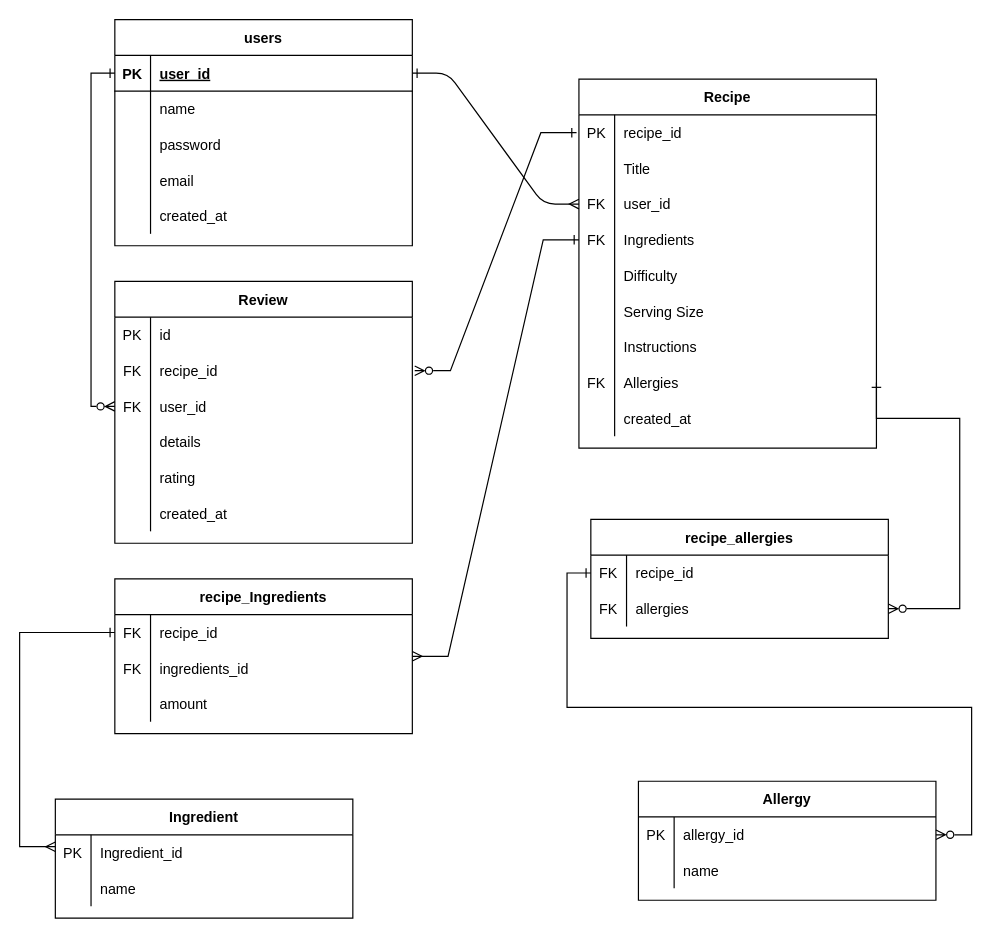
BenDavies1218/BenjaminDavies_T2A2 keeps this draw.io diagram as docs/Recipe_api.drawio. Above is the earlier version. Source tidied: cells renumbered, new cells numbered last; positions are measured from the earlier drawing's top-left corner, leaving out a move shared by most shapes. Both pictures are drawn from the tidied source at 119%, with x=0, y=0 at pixel (19, 19).
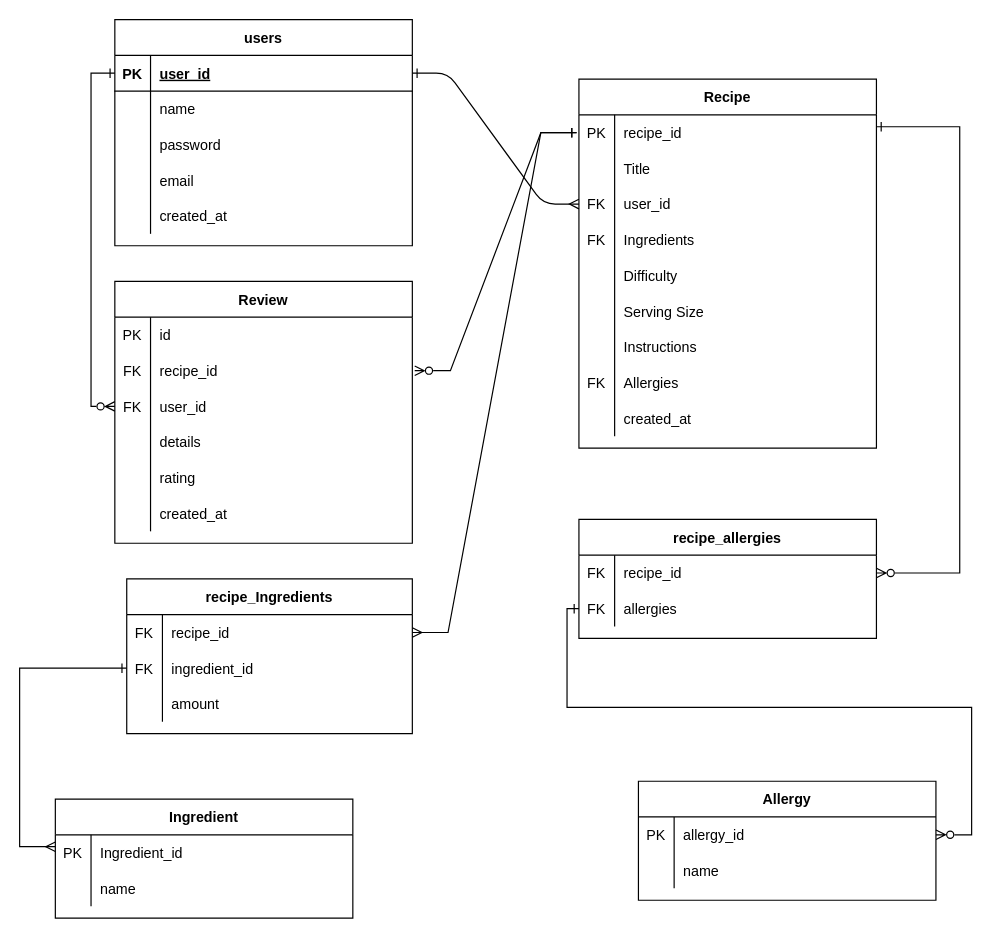
The same page after the edit.

The change refers to these unchanged cells:
```xml
<mxCell id="4" style="shape=partialRectangle;fillColor=none;points=[[0,0.5],[1,0.5]];portConstraint=eastwest;top=0;left=0;right=0;bottom=0;perimeterSpacing=2;" parent="3" vertex="1">
  <mxGeometry y="30" width="250" height="30" as="geometry" />
</mxCell>
<mxCell id="13" style="shape=partialRectangle;fillColor=none;points=[[0,0.5],[1,0.5]];portConstraint=eastwest;top=0;left=0;right=0;bottom=0;" parent="3" vertex="1">
  <mxGeometry y="120" width="250" height="30" as="geometry" />
</mxCell>
<mxCell id="25" style="shape=partialRectangle;fillColor=none;points=[[0,0.5],[1,0.5]];portConstraint=eastwest;top=0;left=0;right=0;bottom=0;" parent="3" vertex="1">
  <mxGeometry y="240" width="250" height="30" as="geometry" />
</mxCell>
<mxCell id="70" style="shape=partialRectangle;fillColor=none;points=[[0,0.5],[1,0.5]];portConstraint=eastwest;top=0;left=0;right=0;bottom=0;" parent="69" vertex="1">
  <mxGeometry y="30" width="250" height="30" as="geometry" />
</mxCell>
<mxCell id="73" style="shape=partialRectangle;fillColor=none;points=[[0,0.5],[1,0.5]];portConstraint=eastwest;top=0;left=0;right=0;bottom=0;" parent="69" vertex="1">
  <mxGeometry y="60" width="250" height="30" as="geometry" />
</mxCell>
<mxCell id="79" style="shape=partialRectangle;fillColor=none;points=[[0,0.5],[1,0.5]];portConstraint=eastwest;top=0;left=0;right=0;bottom=0;" parent="78" vertex="1">
  <mxGeometry y="30" width="250" height="30" as="geometry" />
</mxCell>
<mxCell id="97" style="shape=partialRectangle;fillColor=none;points=[[0,0.5],[1,0.5]];portConstraint=eastwest;top=0;left=0;right=0;bottom=0;" parent="96" vertex="1">
  <mxGeometry y="30" width="250" height="30" as="geometry" />
</mxCell>
```

The edit, as a diff of the source:
```diff
@@
-    <mxCell id="47" style="edgeStyle=entityRelationEdgeStyle;rounded=0;jettySize=auto;html=1;entryX=0;entryY=0.5;entryDx=0;entryDy=0;startArrow=ERmany;startFill=0;endArrow=ERone;endFill=0;" parent="1" edge="1" source="86" target="13">
+    <mxCell id="47" style="edgeStyle=entityRelationEdgeStyle;rounded=0;jettySize=auto;html=1;entryX=0;entryY=0.5;entryDx=0;entryDy=0;startArrow=ERmany;startFill=0;endArrow=ERone;endFill=0;exitX=1;exitY=0.5;exitDx=0;exitDy=0;" parent="1" edge="1" source="87" target="4">
       <mxGeometry relative="1" as="geometry" />
     </mxCell>
@@
     <mxCell id="69" value="recipe_allergies" style="shape=table;startSize=30;childLayout=tableLayout;rowLines=0;fontStyle=1;align=center;" parent="1" vertex="1">
-      <mxGeometry x="480" y="420" width="250" height="100" as="geometry" />
+      <mxGeometry x="470" y="420" width="250" height="100" as="geometry" />
     </mxCell>
@@
-    <mxCell id="76" style="edgeStyle=orthogonalEdgeStyle;rounded=0;jettySize=auto;html=1;entryX=1;entryY=0.5;entryDx=0;entryDy=0;exitX=1;exitY=0.5;exitDx=0;exitDy=0;startArrow=ERone;startFill=0;endArrow=ERzeroToMany;endFill=0;" parent="1" edge="1" source="25" target="73">
+    <mxCell id="76" style="edgeStyle=orthogonalEdgeStyle;rounded=0;jettySize=auto;html=1;entryX=1;entryY=0.5;entryDx=0;entryDy=0;startArrow=ERone;startFill=0;endArrow=ERzeroToMany;endFill=0;" parent="1" edge="1" target="70">
       <mxGeometry relative="1" as="geometry">
+        <mxPoint x="720" y="90" as="sourcePoint" />
         <Array as="points">
-          <mxPoint x="790" y="335" />
-          <mxPoint x="790" y="495" />
+          <mxPoint x="720" y="90" />
+          <mxPoint x="790" y="90" />
+          <mxPoint x="790" y="465" />
         </Array>
       </mxGeometry>
     </mxCell>
-    <mxCell id="77" style="edgeStyle=orthogonalEdgeStyle;rounded=0;jettySize=auto;html=1;entryX=0;entryY=0.5;entryDx=0;entryDy=0;startArrow=ERzeroToMany;startFill=0;endArrow=ERone;endFill=0;exitX=1;exitY=0.5;exitDx=0;exitDy=0;" parent="1" edge="1" source="97" target="70">
+    <mxCell id="77" style="edgeStyle=orthogonalEdgeStyle;rounded=0;jettySize=auto;html=1;entryX=0;entryY=0.5;entryDx=0;entryDy=0;startArrow=ERzeroToMany;startFill=0;endArrow=ERone;endFill=0;exitX=1;exitY=0.5;exitDx=0;exitDy=0;" parent="1" edge="1" source="97" target="73">
       <mxGeometry relative="1" as="geometry">
         <Array as="points">
           <mxPoint x="800" y="685" />
           <mxPoint x="800" y="578" />
           <mxPoint x="460" y="578" />
-          <mxPoint x="460" y="465" />
+          <mxPoint x="460" y="495" />
         </Array>
       </mxGeometry>
     </mxCell>
@@
-    <mxCell id="85" style="edgeStyle=orthogonalEdgeStyle;rounded=0;jettySize=auto;html=1;entryX=0;entryY=0.5;entryDx=0;entryDy=0;endArrow=ERone;endFill=0;startArrow=ERmany;startFill=0;" parent="1" edge="1" source="79" target="87">
+    <mxCell id="85" style="edgeStyle=orthogonalEdgeStyle;rounded=0;jettySize=auto;html=1;entryX=0;entryY=0.5;entryDx=0;entryDy=0;endArrow=ERone;endFill=0;startArrow=ERmany;startFill=0;" parent="1" edge="1" source="79" target="90">
       <mxGeometry relative="1" as="geometry">
         <Array as="points">
           <mxPoint y="695" />
-          <mxPoint y="515" />
+          <mxPoint y="545" />
         </Array>
       </mxGeometry>
     </mxCell>
     <mxCell id="86" value="recipe_Ingredients" style="shape=table;startSize=30;childLayout=tableLayout;rowLines=0;fontStyle=1;align=center;" parent="1" vertex="1">
-      <mxGeometry x="80" y="470" width="250" height="130" as="geometry" />
+      <mxGeometry x="90" y="470" width="240" height="130" as="geometry" />
     </mxCell>
     <mxCell id="87" style="shape=partialRectangle;fillColor=none;points=[[0,0.5],[1,0.5]];portConstraint=eastwest;top=0;left=0;right=0;bottom=0;" parent="86" vertex="1">
-      <mxGeometry y="30" width="250" height="30" as="geometry" />
+      <mxGeometry y="30" width="240" height="30" as="geometry" />
     </mxCell>
@@
     <mxCell id="89" value="recipe_id" style="shape=partialRectangle;overflow=hidden;fillColor=none;top=0;left=0;bottom=0;right=0;align=left;spacingLeft=6;" parent="87" vertex="1">
-      <mxGeometry x="30" width="220" height="30" as="geometry" />
+      <mxGeometry x="30" width="210" height="30" as="geometry" />
     </mxCell>
     <mxCell id="90" style="shape=partialRectangle;fillColor=none;points=[[0,0.5],[1,0.5]];portConstraint=eastwest;top=0;left=0;right=0;bottom=0;" parent="86" vertex="1">
-      <mxGeometry y="60" width="250" height="30" as="geometry" />
+      <mxGeometry y="60" width="240" height="30" as="geometry" />
     </mxCell>
@@
-    <mxCell id="92" value="ingredients_id" style="shape=partialRectangle;overflow=hidden;fillColor=none;top=0;left=0;bottom=0;right=0;align=left;spacingLeft=6;" parent="90" vertex="1">
-      <mxGeometry x="30" width="220" height="30" as="geometry" />
+    <mxCell id="92" value="ingredient_id" style="shape=partialRectangle;overflow=hidden;fillColor=none;top=0;left=0;bottom=0;right=0;align=left;spacingLeft=6;" parent="90" vertex="1">
+      <mxGeometry x="30" width="210" height="30" as="geometry" />
     </mxCell>
     <mxCell id="93" style="shape=partialRectangle;fillColor=none;top=0;left=0;right=0;bottom=0;" parent="86" vertex="1">
-      <mxGeometry y="90" width="250" height="30" as="geometry" />
+      <mxGeometry y="90" width="240" height="30" as="geometry" />
     </mxCell>
@@
     <mxCell id="95" value="amount" style="shape=partialRectangle;overflow=hidden;fillColor=none;top=0;left=0;bottom=0;right=0;align=left;spacingLeft=6;" parent="93" vertex="1">
-      <mxGeometry x="30" width="220" height="30" as="geometry" />
+      <mxGeometry x="30" width="210" height="30" as="geometry" />
     </mxCell>
```
